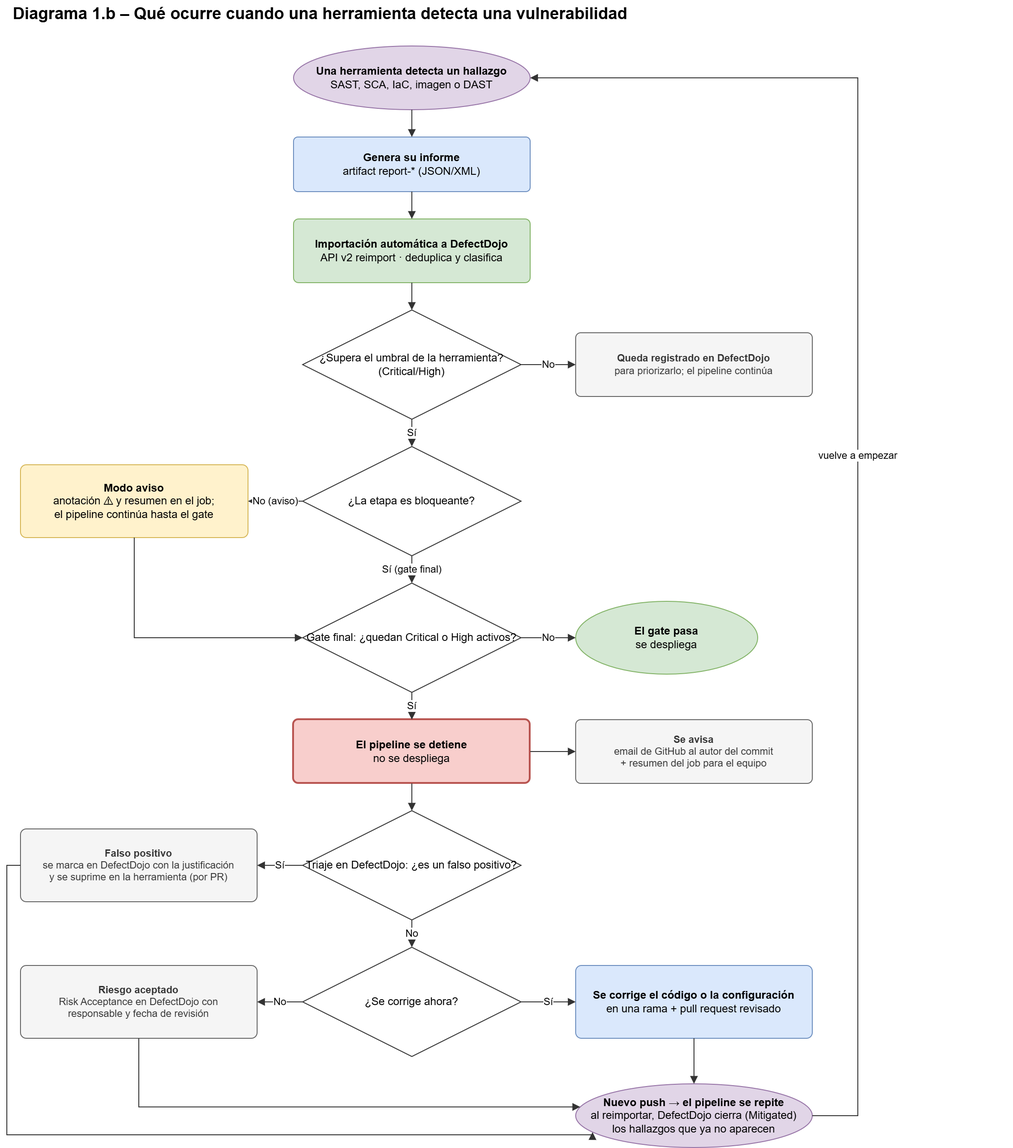
Above: docs/diagramas/1b_flujo_vulnerabilidad.png in ssii-st30/PAI4-ST30-juice-shop (draw.io), before the change. Source tidied: cells renumbered, new cells last; positions are measured from the earlier drawing's top-left corner, leaving out a move shared by most shapes. Source of this version:
```xml
<mxGraphModel>
  <root>
    <mxCell id="0" />
    <mxCell id="1" parent="0" />
    <mxCell id="2" value="Diagrama 1.b – Qué ocurre cuando una herramienta detecta una vulnerabilidad" style="text;html=1;strokeColor=none;fillColor=none;align=left;verticalAlign=middle;fontSize=18;fontStyle=1;" parent="1" vertex="1">
      <mxGeometry x="5" width="1100" height="30" as="geometry" />
    </mxCell>
    <mxCell id="3" value="&lt;b&gt;Una herramienta detecta un hallazgo&lt;/b&gt;&lt;br&gt;SAST, SCA, IaC, imagen o DAST" style="ellipse;shape=ellipse;perimeter=ellipsePerimeter;whiteSpace=wrap;html=1;fillColor=#e1d5e7;strokeColor=#9673a6;fontSize=12;" parent="1" vertex="1">
      <mxGeometry x="315" y="50" width="260" height="70" as="geometry" />
    </mxCell>
    <mxCell id="4" value="&lt;b&gt;Genera su informe&lt;/b&gt;&lt;br&gt;artifact report-* (JSON/XML)" style="rounded=1;whiteSpace=wrap;html=1;fillColor=#dae8fc;strokeColor=#6c8ebf;fontSize=12;arcSize=8;" parent="1" vertex="1">
      <mxGeometry x="315" y="150" width="260" height="60" as="geometry" />
    </mxCell>
    <mxCell id="5" value="&lt;b&gt;Importación automática a DefectDojo&lt;/b&gt;&lt;br&gt;API v2 reimport · deduplica y clasifica" style="rounded=1;whiteSpace=wrap;html=1;fillColor=#d5e8d4;strokeColor=#82b366;fontSize=12;arcSize=8;" parent="1" vertex="1">
      <mxGeometry x="315" y="240" width="260" height="70" as="geometry" />
    </mxCell>
    <mxCell id="6" value="¿Supera el umbral de la herramienta? (Critical/High)" style="rhombus;shape=rhombus;perimeter=rhombusPerimeter;whiteSpace=wrap;html=1;fillColor=#ffffff;strokeColor=#333333;fontSize=12;" parent="1" vertex="1">
      <mxGeometry x="325" y="340" width="240" height="120" as="geometry" />
    </mxCell>
    <mxCell id="7" value="&lt;b&gt;Queda registrado en DefectDojo&lt;/b&gt;&lt;br&gt;para priorizarlo; el pipeline continúa" style="rounded=1;whiteSpace=wrap;html=1;fillColor=#f5f5f5;strokeColor=#666666;fontColor=#333333;fontSize=11;arcSize=8;" parent="1" vertex="1">
      <mxGeometry x="625" y="365" width="260" height="70" as="geometry" />
    </mxCell>
    <mxCell id="8" value="¿La etapa es bloqueante?" style="rhombus;shape=rhombus;perimeter=rhombusPerimeter;whiteSpace=wrap;html=1;fillColor=#ffffff;strokeColor=#333333;fontSize=12;" parent="1" vertex="1">
      <mxGeometry x="325" y="490" width="240" height="120" as="geometry" />
    </mxCell>
    <mxCell id="9" value="&lt;b&gt;Modo aviso&lt;/b&gt;&lt;br&gt;anotación ⚠ y resumen en el job;&lt;br&gt;el pipeline continúa hasta el gate" style="rounded=1;whiteSpace=wrap;html=1;fillColor=#fff2cc;strokeColor=#d6b656;fontSize=12;arcSize=8;" parent="1" vertex="1">
      <mxGeometry x="15" y="510" width="250" height="80" as="geometry" />
    </mxCell>
    <mxCell id="10" value="Gate final: ¿quedan Critical o High activos?" style="rhombus;shape=rhombus;perimeter=rhombusPerimeter;whiteSpace=wrap;html=1;fillColor=#ffffff;strokeColor=#333333;fontSize=12;" parent="1" vertex="1">
      <mxGeometry x="325" y="640" width="240" height="120" as="geometry" />
    </mxCell>
    <mxCell id="11" value="&lt;b&gt;El gate pasa&lt;/b&gt;&lt;br&gt;se despliega" style="ellipse;shape=ellipse;perimeter=ellipsePerimeter;whiteSpace=wrap;html=1;fillColor=#d5e8d4;strokeColor=#82b366;fontSize=12;" parent="1" vertex="1">
      <mxGeometry x="625" y="660" width="200" height="80" as="geometry" />
    </mxCell>
    <mxCell id="12" value="&lt;b&gt;El pipeline se detiene&lt;/b&gt;&lt;br&gt;no se despliega" style="rounded=1;whiteSpace=wrap;html=1;fillColor=#f8cecc;strokeColor=#b85450;strokeWidth=2;fontSize=12;arcSize=8;" parent="1" vertex="1">
      <mxGeometry x="315" y="790" width="260" height="70" as="geometry" />
    </mxCell>
    <mxCell id="13" value="&lt;b&gt;Se avisa&lt;/b&gt;&lt;br&gt;email de GitHub al autor del commit&lt;br&gt;+ resumen del job para el equipo" style="rounded=1;whiteSpace=wrap;html=1;fillColor=#f5f5f5;strokeColor=#666666;fontColor=#333333;fontSize=11;arcSize=8;" parent="1" vertex="1">
      <mxGeometry x="625" y="790" width="260" height="70" as="geometry" />
    </mxCell>
    <mxCell id="14" value="Triaje en DefectDojo: ¿es un falso positivo?" style="rhombus;shape=rhombus;perimeter=rhombusPerimeter;whiteSpace=wrap;html=1;fillColor=#ffffff;strokeColor=#333333;fontSize=12;" parent="1" vertex="1">
      <mxGeometry x="325" y="890" width="240" height="120" as="geometry" />
    </mxCell>
    <mxCell id="15" value="&lt;b&gt;Falso positivo&lt;/b&gt;&lt;br&gt;se marca en DefectDojo con la justificación&lt;br&gt;y se suprime en la herramienta (por PR)" style="rounded=1;whiteSpace=wrap;html=1;fillColor=#f5f5f5;strokeColor=#666666;fontColor=#333333;fontSize=11;arcSize=8;" parent="1" vertex="1">
      <mxGeometry x="15" y="910" width="260" height="80" as="geometry" />
    </mxCell>
    <mxCell id="16" value="¿Se corrige ahora?" style="rhombus;shape=rhombus;perimeter=rhombusPerimeter;whiteSpace=wrap;html=1;fillColor=#ffffff;strokeColor=#333333;fontSize=12;" parent="1" vertex="1">
      <mxGeometry x="325" y="1040" width="240" height="120" as="geometry" />
    </mxCell>
    <mxCell id="17" value="&lt;b&gt;Se corrige el código o la configuración&lt;/b&gt;&lt;br&gt;en una rama + pull request revisado" style="rounded=1;whiteSpace=wrap;html=1;fillColor=#dae8fc;strokeColor=#6c8ebf;fontSize=12;arcSize=8;" parent="1" vertex="1">
      <mxGeometry x="625" y="1060" width="260" height="80" as="geometry" />
    </mxCell>
    <mxCell id="18" value="&lt;b&gt;Riesgo aceptado&lt;/b&gt;&lt;br&gt;Risk Acceptance en DefectDojo con&lt;br&gt;responsable y fecha de revisión" style="rounded=1;whiteSpace=wrap;html=1;fillColor=#f5f5f5;strokeColor=#666666;fontColor=#333333;fontSize=11;arcSize=8;" parent="1" vertex="1">
      <mxGeometry x="15" y="1060" width="260" height="80" as="geometry" />
    </mxCell>
    <mxCell id="19" value="&lt;b&gt;Nuevo push → el pipeline se repite&lt;/b&gt;&lt;br&gt;al reimportar, DefectDojo cierra (Mitigated)&lt;br&gt;los hallazgos que ya no aparecen" style="ellipse;shape=ellipse;perimeter=ellipsePerimeter;whiteSpace=wrap;html=1;fillColor=#e1d5e7;strokeColor=#9673a6;fontSize=12;" parent="1" vertex="1">
      <mxGeometry x="625" y="1190" width="260" height="70" as="geometry" />
    </mxCell>
    <mxCell id="20" style="edgeStyle=orthogonalEdgeStyle;rounded=0;html=1;endArrow=block;endFill=1;strokeColor=#333333;fontSize=11;labelBackgroundColor=#ffffff;" parent="1" edge="1" source="3" target="4">
      <mxGeometry relative="1" as="geometry" />
    </mxCell>
    <mxCell id="21" style="edgeStyle=orthogonalEdgeStyle;rounded=0;html=1;endArrow=block;endFill=1;strokeColor=#333333;fontSize=11;labelBackgroundColor=#ffffff;" parent="1" edge="1" source="4" target="5">
      <mxGeometry relative="1" as="geometry" />
    </mxCell>
    <mxCell id="22" style="edgeStyle=orthogonalEdgeStyle;rounded=0;html=1;endArrow=block;endFill=1;strokeColor=#333333;fontSize=11;labelBackgroundColor=#ffffff;" parent="1" edge="1" source="5" target="6">
      <mxGeometry relative="1" as="geometry" />
    </mxCell>
    <mxCell id="23" value="No" style="edgeStyle=orthogonalEdgeStyle;rounded=0;html=1;endArrow=block;endFill=1;strokeColor=#333333;fontSize=11;labelBackgroundColor=#ffffff;exitX=1;exitY=0.5;exitDx=0;exitDy=0;entryX=0;entryY=0.5;entryDx=0;entryDy=0;" parent="1" edge="1" source="6" target="7">
      <mxGeometry relative="1" as="geometry" />
    </mxCell>
    <mxCell id="24" value="Sí" style="edgeStyle=orthogonalEdgeStyle;rounded=0;html=1;endArrow=block;endFill=1;strokeColor=#333333;fontSize=11;labelBackgroundColor=#ffffff;exitX=0.5;exitY=1;exitDx=0;exitDy=0;entryX=0.5;entryY=0;entryDx=0;entryDy=0;" parent="1" edge="1" source="6" target="8">
      <mxGeometry relative="1" as="geometry" />
    </mxCell>
    <mxCell id="25" value="No (aviso)" style="edgeStyle=orthogonalEdgeStyle;rounded=0;html=1;endArrow=block;endFill=1;strokeColor=#333333;fontSize=11;labelBackgroundColor=#ffffff;exitX=0;exitY=0.5;exitDx=0;exitDy=0;entryX=1;entryY=0.5;entryDx=0;entryDy=0;" parent="1" edge="1" source="8" target="9">
      <mxGeometry relative="1" as="geometry" />
    </mxCell>
    <mxCell id="26" style="edgeStyle=orthogonalEdgeStyle;rounded=0;html=1;endArrow=block;endFill=1;strokeColor=#333333;fontSize=11;labelBackgroundColor=#ffffff;exitX=0.5;exitY=1;exitDx=0;exitDy=0;entryX=0;entryY=0.5;entryDx=0;entryDy=0;" parent="1" edge="1" source="9" target="10">
      <mxGeometry relative="1" as="geometry">
        <Array as="points">
          <mxPoint x="140" y="700" />
        </Array>
      </mxGeometry>
    </mxCell>
    <mxCell id="27" value="Sí (gate final)" style="edgeStyle=orthogonalEdgeStyle;rounded=0;html=1;endArrow=block;endFill=1;strokeColor=#333333;fontSize=11;labelBackgroundColor=#ffffff;exitX=0.5;exitY=1;exitDx=0;exitDy=0;entryX=0.5;entryY=0;entryDx=0;entryDy=0;" parent="1" edge="1" source="8" target="10">
      <mxGeometry relative="1" as="geometry" />
    </mxCell>
    <mxCell id="28" value="No" style="edgeStyle=orthogonalEdgeStyle;rounded=0;html=1;endArrow=block;endFill=1;strokeColor=#333333;fontSize=11;labelBackgroundColor=#ffffff;exitX=1;exitY=0.5;exitDx=0;exitDy=0;entryX=0;entryY=0.5;entryDx=0;entryDy=0;" parent="1" edge="1" source="10" target="11">
      <mxGeometry relative="1" as="geometry" />
    </mxCell>
    <mxCell id="29" value="Sí" style="edgeStyle=orthogonalEdgeStyle;rounded=0;html=1;endArrow=block;endFill=1;strokeColor=#333333;fontSize=11;labelBackgroundColor=#ffffff;exitX=0.5;exitY=1;exitDx=0;exitDy=0;entryX=0.5;entryY=0;entryDx=0;entryDy=0;" parent="1" edge="1" source="10" target="12">
      <mxGeometry relative="1" as="geometry" />
    </mxCell>
    <mxCell id="30" style="edgeStyle=orthogonalEdgeStyle;rounded=0;html=1;endArrow=block;endFill=1;strokeColor=#333333;fontSize=11;labelBackgroundColor=#ffffff;exitX=1;exitY=0.5;exitDx=0;exitDy=0;entryX=0;entryY=0.5;entryDx=0;entryDy=0;" parent="1" edge="1" source="12" target="13">
      <mxGeometry relative="1" as="geometry" />
    </mxCell>
    <mxCell id="31" style="edgeStyle=orthogonalEdgeStyle;rounded=0;html=1;endArrow=block;endFill=1;strokeColor=#333333;fontSize=11;labelBackgroundColor=#ffffff;exitX=0.5;exitY=1;exitDx=0;exitDy=0;entryX=0.5;entryY=0;entryDx=0;entryDy=0;" parent="1" edge="1" source="12" target="14">
      <mxGeometry relative="1" as="geometry" />
    </mxCell>
    <mxCell id="32" value="Sí" style="edgeStyle=orthogonalEdgeStyle;rounded=0;html=1;endArrow=block;endFill=1;strokeColor=#333333;fontSize=11;labelBackgroundColor=#ffffff;exitX=0;exitY=0.5;exitDx=0;exitDy=0;entryX=1;entryY=0.5;entryDx=0;entryDy=0;" parent="1" edge="1" source="14" target="15">
      <mxGeometry relative="1" as="geometry" />
    </mxCell>
    <mxCell id="33" value="No" style="edgeStyle=orthogonalEdgeStyle;rounded=0;html=1;endArrow=block;endFill=1;strokeColor=#333333;fontSize=11;labelBackgroundColor=#ffffff;exitX=0.5;exitY=1;exitDx=0;exitDy=0;entryX=0.5;entryY=0;entryDx=0;entryDy=0;" parent="1" edge="1" source="14" target="16">
      <mxGeometry relative="1" as="geometry" />
    </mxCell>
    <mxCell id="34" value="Sí" style="edgeStyle=orthogonalEdgeStyle;rounded=0;html=1;endArrow=block;endFill=1;strokeColor=#333333;fontSize=11;labelBackgroundColor=#ffffff;exitX=1;exitY=0.5;exitDx=0;exitDy=0;entryX=0;entryY=0.5;entryDx=0;entryDy=0;" parent="1" edge="1" source="16" target="17">
      <mxGeometry relative="1" as="geometry" />
    </mxCell>
    <mxCell id="35" value="No" style="edgeStyle=orthogonalEdgeStyle;rounded=0;html=1;endArrow=block;endFill=1;strokeColor=#333333;fontSize=11;labelBackgroundColor=#ffffff;exitX=0;exitY=0.5;exitDx=0;exitDy=0;entryX=1;entryY=0.5;entryDx=0;entryDy=0;" parent="1" edge="1" source="16" target="18">
      <mxGeometry relative="1" as="geometry" />
    </mxCell>
    <mxCell id="36" style="edgeStyle=orthogonalEdgeStyle;rounded=0;html=1;endArrow=block;endFill=1;strokeColor=#333333;fontSize=11;labelBackgroundColor=#ffffff;exitX=0.5;exitY=1;exitDx=0;exitDy=0;entryX=0.5;entryY=0;entryDx=0;entryDy=0;" parent="1" edge="1" source="17" target="19">
      <mxGeometry relative="1" as="geometry" />
    </mxCell>
    <mxCell id="37" style="edgeStyle=orthogonalEdgeStyle;rounded=0;html=1;endArrow=block;endFill=1;strokeColor=#333333;fontSize=11;labelBackgroundColor=#ffffff;exitX=0;exitY=0.5;exitDx=0;exitDy=0;entryX=0;entryY=0.8;entryDx=0;entryDy=0;" parent="1" edge="1" source="15" target="19">
      <mxGeometry relative="1" as="geometry">
        <Array as="points">
          <mxPoint y="950" />
          <mxPoint y="1246" />
        </Array>
      </mxGeometry>
    </mxCell>
    <mxCell id="38" style="edgeStyle=orthogonalEdgeStyle;rounded=0;html=1;endArrow=block;endFill=1;strokeColor=#333333;fontSize=11;labelBackgroundColor=#ffffff;exitX=0.5;exitY=1;exitDx=0;exitDy=0;entryX=0;entryY=0.35;entryDx=0;entryDy=0;" parent="1" edge="1" source="18" target="19">
      <mxGeometry relative="1" as="geometry">
        <Array as="points">
          <mxPoint x="145" y="1214.5" />
        </Array>
      </mxGeometry>
    </mxCell>
    <mxCell id="39" value="vuelve a empezar" style="edgeStyle=orthogonalEdgeStyle;rounded=0;html=1;endArrow=block;endFill=1;strokeColor=#333333;fontSize=11;labelBackgroundColor=#ffffff;exitX=1;exitY=0.5;exitDx=0;exitDy=0;entryX=1;entryY=0.5;entryDx=0;entryDy=0;" parent="1" edge="1" source="19" target="3">
      <mxGeometry relative="1" as="geometry">
        <Array as="points">
          <mxPoint x="935" y="1225" />
          <mxPoint x="935" y="85" />
        </Array>
      </mxGeometry>
    </mxCell>
  </root>
</mxGraphModel>
```
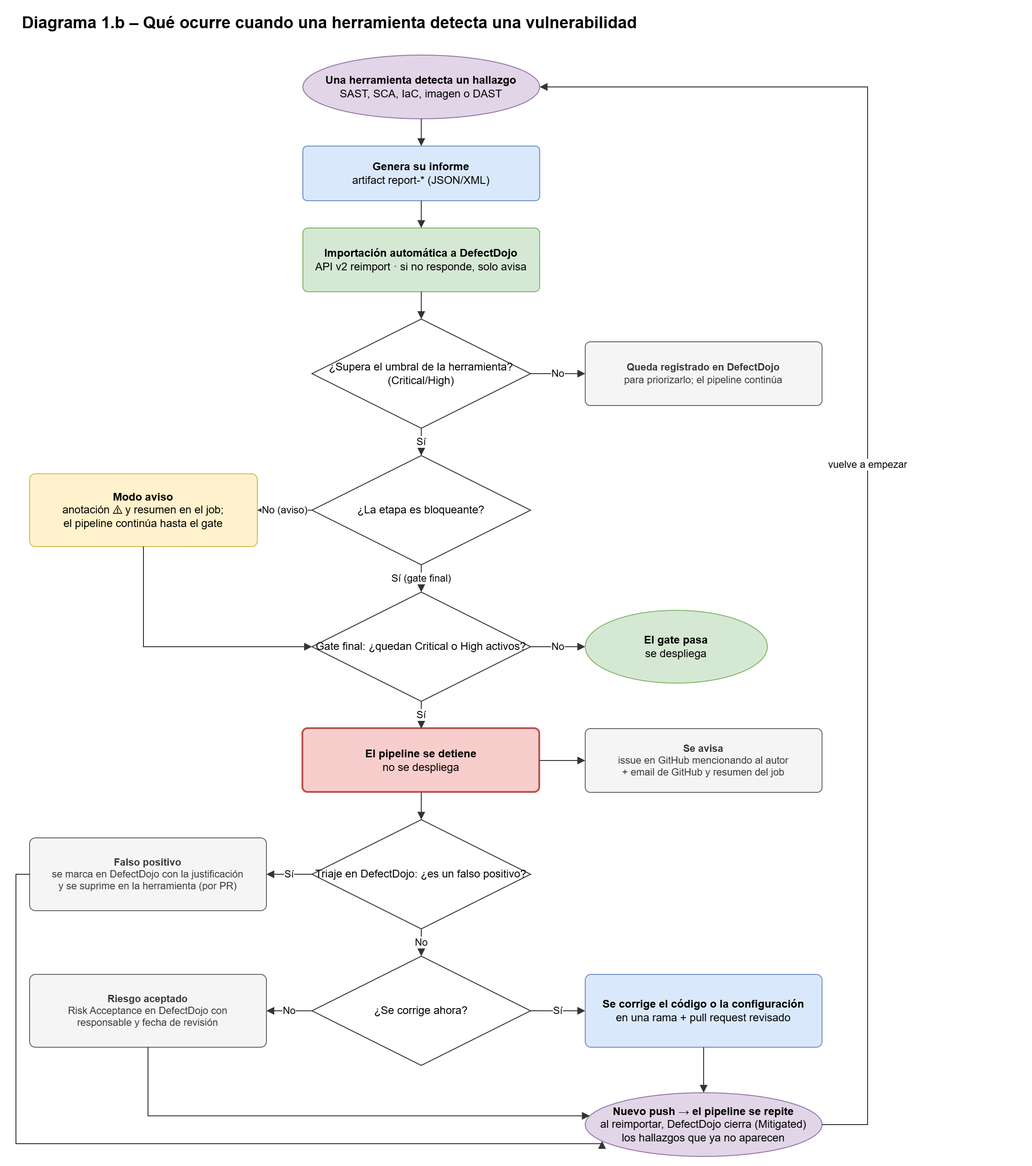
After the commit.

Commit message:
prep: DefectDojo en KICS/Trivy, close_old_findings, diagramas y notas para la sesión

The edit, as a diff of the source:
```diff
@@ -11,7 +11,7 @@
     <mxCell id="4" value="&lt;b&gt;Genera su informe&lt;/b&gt;&lt;br&gt;artifact report-* (JSON/XML)" style="rounded=1;whiteSpace=wrap;html=1;fillColor=#dae8fc;strokeColor=#6c8ebf;fontSize=12;arcSize=8;" parent="1" vertex="1">
       <mxGeometry x="315" y="150" width="260" height="60" as="geometry" />
     </mxCell>
-    <mxCell id="5" value="&lt;b&gt;Importación automática a DefectDojo&lt;/b&gt;&lt;br&gt;API v2 reimport · deduplica y clasifica" style="rounded=1;whiteSpace=wrap;html=1;fillColor=#d5e8d4;strokeColor=#82b366;fontSize=12;arcSize=8;" parent="1" vertex="1">
+    <mxCell id="5" value="&lt;b&gt;Importación automática a DefectDojo&lt;/b&gt;&lt;br&gt;API v2 reimport · si no responde, solo avisa" style="rounded=1;whiteSpace=wrap;html=1;fillColor=#d5e8d4;strokeColor=#82b366;fontSize=12;arcSize=8;" parent="1" vertex="1">
       <mxGeometry x="315" y="240" width="260" height="70" as="geometry" />
     </mxCell>
     <mxCell id="6" value="¿Supera el umbral de la herramienta? (Critical/High)" style="rhombus;shape=rhombus;perimeter=rhombusPerimeter;whiteSpace=wrap;html=1;fillColor=#ffffff;strokeColor=#333333;fontSize=12;" parent="1" vertex="1">
@@ -35,7 +35,7 @@
     <mxCell id="12" value="&lt;b&gt;El pipeline se detiene&lt;/b&gt;&lt;br&gt;no se despliega" style="rounded=1;whiteSpace=wrap;html=1;fillColor=#f8cecc;strokeColor=#b85450;strokeWidth=2;fontSize=12;arcSize=8;" parent="1" vertex="1">
       <mxGeometry x="315" y="790" width="260" height="70" as="geometry" />
     </mxCell>
-    <mxCell id="13" value="&lt;b&gt;Se avisa&lt;/b&gt;&lt;br&gt;email de GitHub al autor del commit&lt;br&gt;+ resumen del job para el equipo" style="rounded=1;whiteSpace=wrap;html=1;fillColor=#f5f5f5;strokeColor=#666666;fontColor=#333333;fontSize=11;arcSize=8;" parent="1" vertex="1">
+    <mxCell id="13" value="&lt;b&gt;Se avisa&lt;/b&gt;&lt;br&gt;issue en GitHub mencionando al autor&lt;br&gt;+ email de GitHub y resumen del job" style="rounded=1;whiteSpace=wrap;html=1;fillColor=#f5f5f5;strokeColor=#666666;fontColor=#333333;fontSize=11;arcSize=8;" parent="1" vertex="1">
       <mxGeometry x="625" y="790" width="260" height="70" as="geometry" />
     </mxCell>
     <mxCell id="14" value="Triaje en DefectDojo: ¿es un falso positivo?" style="rhombus;shape=rhombus;perimeter=rhombusPerimeter;whiteSpace=wrap;html=1;fillColor=#ffffff;strokeColor=#333333;fontSize=12;" parent="1" vertex="1">
```
